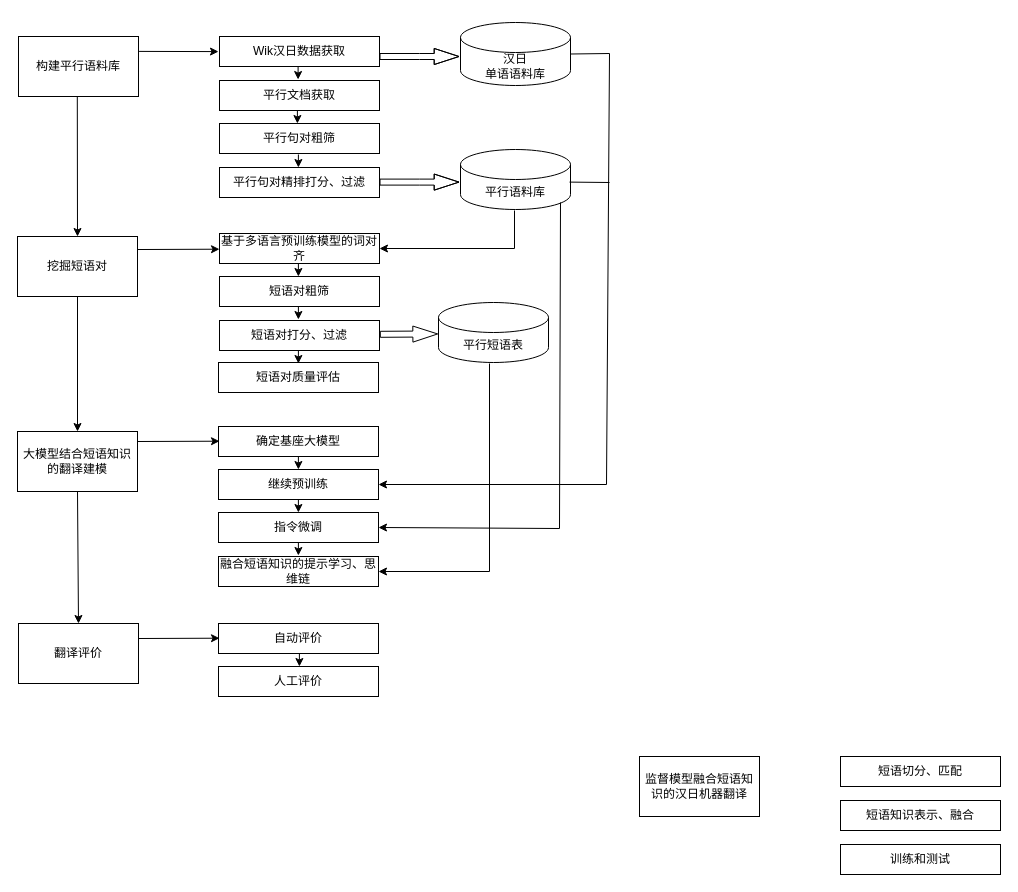
The draw.io diagram 2024教育部社科项目.drawio in lizezhonglaile/drawio, before the edit. Source tidied: cells renumbered, new cells numbered last; positions are measured from the earlier drawing's top-left corner, leaving out a move shared by most shapes. Both pictures are drawn from the tidied source at 100%, with x=0, y=0 at pixel (17, 22).
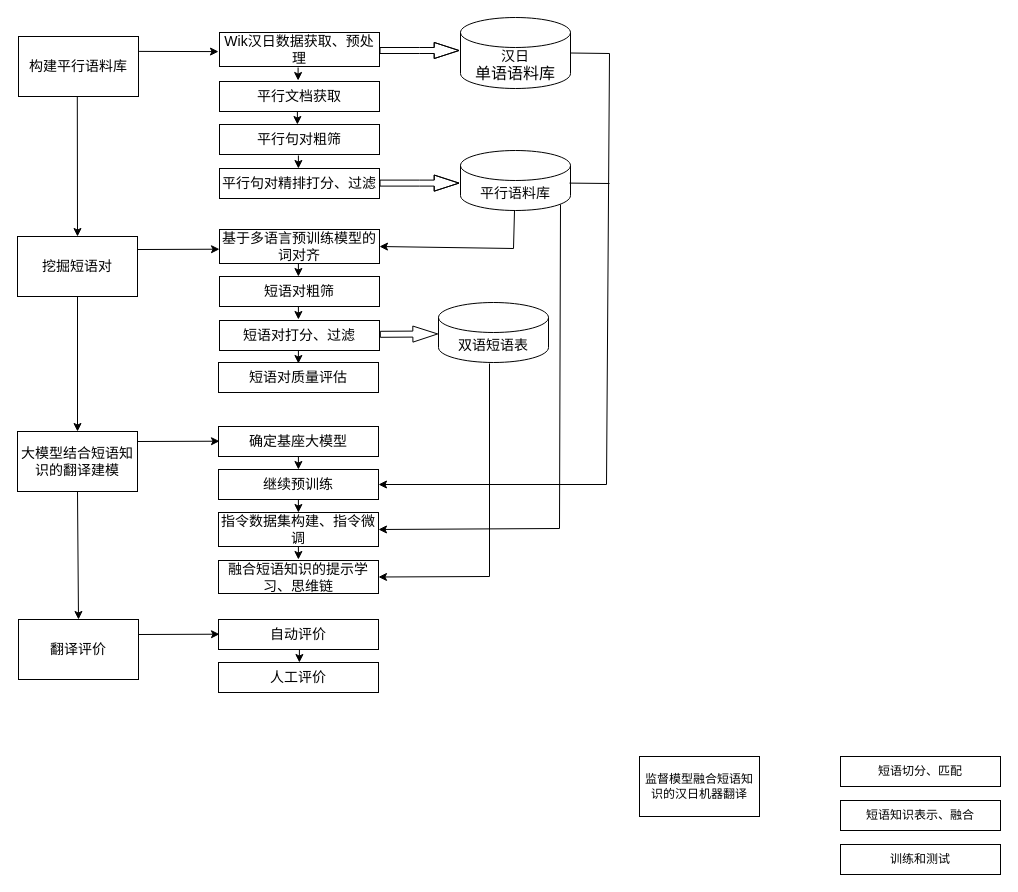
After the change.

Commit message:
更新2024教育部社科项目.drawio

The edit, as a diff of the source:
```diff
@@
-    <mxCell id="2" value="平行文档获取" style="rounded=0;whiteSpace=wrap;html=1;" parent="1" vertex="1">
-      <mxGeometry x="202" y="58" width="160" height="30" as="geometry" />
+    <mxCell id="2" value="&lt;font style=&quot;font-size: 14px;&quot;&gt;平行文档获取&lt;/font&gt;" style="rounded=0;whiteSpace=wrap;html=1;" parent="1" vertex="1">
+      <mxGeometry x="202" y="59" width="160" height="30" as="geometry" />
     </mxCell>
-    <mxCell id="3" value="挖掘短语对" style="rounded=0;whiteSpace=wrap;html=1;" parent="1" vertex="1">
+    <mxCell id="3" value="&lt;font style=&quot;font-size: 14px;&quot;&gt;挖掘短语对&lt;/font&gt;" style="rounded=0;whiteSpace=wrap;html=1;" parent="1" vertex="1">
       <mxGeometry y="214" width="120" height="60" as="geometry" />
     </mxCell>
@@
-    <mxCell id="5" value="大模型结合短语知识的翻译建模" style="rounded=0;whiteSpace=wrap;html=1;" parent="1" vertex="1">
+    <mxCell id="5" value="&lt;font style=&quot;font-size: 14px;&quot;&gt;大模型结合短语知识的翻译建模&lt;/font&gt;" style="rounded=0;whiteSpace=wrap;html=1;" parent="1" vertex="1">
       <mxGeometry y="409" width="120" height="60" as="geometry" />
     </mxCell>
-    <mxCell id="6" value="构建平行语料库" style="rounded=0;whiteSpace=wrap;html=1;" parent="1" vertex="1">
+    <mxCell id="6" value="&lt;font style=&quot;font-size: 14px;&quot;&gt;构建平行语料库&lt;/font&gt;" style="rounded=0;whiteSpace=wrap;html=1;" parent="1" vertex="1">
       <mxGeometry x="1" y="14" width="120" height="60" as="geometry" />
     </mxCell>
-    <mxCell id="7" value="平行句对粗筛" style="rounded=0;whiteSpace=wrap;html=1;" parent="1" vertex="1">
-      <mxGeometry x="202" y="101" width="160" height="30" as="geometry" />
+    <mxCell id="7" value="&lt;font style=&quot;font-size: 14px;&quot;&gt;平行句对粗筛&lt;/font&gt;" style="rounded=0;whiteSpace=wrap;html=1;" parent="1" vertex="1">
+      <mxGeometry x="202" y="102" width="160" height="30" as="geometry" />
     </mxCell>
-    <mxCell id="8" value="平行句对精排打分、过滤" style="rounded=0;whiteSpace=wrap;html=1;" parent="1" vertex="1">
-      <mxGeometry x="202" y="145" width="160" height="30" as="geometry" />
+    <mxCell id="8" value="&lt;font style=&quot;font-size: 14px;&quot;&gt;平行句对精排打分、过滤&lt;/font&gt;" style="rounded=0;whiteSpace=wrap;html=1;" parent="1" vertex="1">
+      <mxGeometry x="202" y="146" width="160" height="30" as="geometry" />
     </mxCell>
-    <mxCell id="9" value="平行语料库" style="shape=cylinder3;whiteSpace=wrap;html=1;boundedLbl=1;backgroundOutline=1;size=15;" parent="1" vertex="1">
-      <mxGeometry x="443" y="127" width="110" height="60" as="geometry" />
+    <mxCell id="9" value="&lt;font style=&quot;font-size: 14px;&quot;&gt;平行语料库&lt;/font&gt;" style="shape=cylinder3;whiteSpace=wrap;html=1;boundedLbl=1;backgroundOutline=1;size=15;" parent="1" vertex="1">
+      <mxGeometry x="443" y="128" width="110" height="60" as="geometry" />
     </mxCell>
-    <mxCell id="10" value="Wik汉日数据获取" style="rounded=0;whiteSpace=wrap;html=1;" parent="1" vertex="1">
-      <mxGeometry x="202" y="14" width="160" height="30" as="geometry" />
+    <mxCell id="10" value="&lt;font style=&quot;font-size: 14px;&quot;&gt;Wik汉日数据获取、预处理&lt;/font&gt;" style="rounded=0;whiteSpace=wrap;html=1;" parent="1" vertex="1">
+      <mxGeometry x="202" y="10" width="160" height="34" as="geometry" />
     </mxCell>
-    <mxCell id="11" value="汉日&lt;div&gt;单语语料库&lt;/div&gt;" style="shape=cylinder3;whiteSpace=wrap;html=1;boundedLbl=1;backgroundOutline=1;size=15;" parent="1" vertex="1">
-      <mxGeometry x="443" width="110" height="63" as="geometry" />
+    <mxCell id="11" value="&lt;font style=&quot;font-size: 14px;&quot;&gt;汉日&lt;/font&gt;&lt;div&gt;&lt;font size=&quot;3&quot;&gt;单语语料库&lt;/font&gt;&lt;/div&gt;" style="shape=cylinder3;whiteSpace=wrap;html=1;boundedLbl=1;backgroundOutline=1;size=15;" parent="1" vertex="1">
+      <mxGeometry x="443" y="-5" width="110" height="71" as="geometry" />
     </mxCell>
     <mxCell id="12" style="shape=flexArrow;endArrow=classic;html=1;rounded=0;width=6;endWidth=9.09090909090909;endSize=7.9363636363636365;" parent="1" edge="1">
       <mxGeometry relative="1" as="geometry">
-        <mxPoint x="362" y="34" as="sourcePoint" />
-        <mxPoint x="442" y="34" as="targetPoint" />
+        <mxPoint x="362" y="28" as="sourcePoint" />
+        <mxPoint x="442" y="28" as="targetPoint" />
         <Array as="points">
-          <mxPoint x="402" y="34" />
+          <mxPoint x="402" y="28" />
         </Array>
       </mxGeometry>
     </mxCell>
     <mxCell id="13" style="shape=flexArrow;endArrow=classic;html=1;rounded=0;width=6;endWidth=9.09090909090909;endSize=7.9363636363636365;" parent="1" edge="1">
       <mxGeometry relative="1" as="geometry">
-        <mxPoint x="362" y="159.6" as="sourcePoint" />
-        <mxPoint x="442" y="159.6" as="targetPoint" />
+        <mxPoint x="362" y="160.6" as="sourcePoint" />
+        <mxPoint x="442" y="160.6" as="targetPoint" />
         <Array as="points">
-          <mxPoint x="402" y="159.6" />
+          <mxPoint x="402" y="160.6" />
         </Array>
       </mxGeometry>
     </mxCell>
-    <mxCell id="14" value="基于多语言预训练模型的词对齐" style="rounded=0;whiteSpace=wrap;html=1;" parent="1" vertex="1">
-      <mxGeometry x="202" y="211" width="160" height="30" as="geometry" />
+    <mxCell id="14" value="&lt;font style=&quot;font-size: 14px;&quot;&gt;基于多语言预训练模型的词对齐&lt;/font&gt;" style="rounded=0;whiteSpace=wrap;html=1;" parent="1" vertex="1">
+      <mxGeometry x="202" y="207" width="160" height="34" as="geometry" />
     </mxCell>
-    <mxCell id="15" value="短语对粗筛" style="rounded=0;whiteSpace=wrap;html=1;" parent="1" vertex="1">
+    <mxCell id="15" value="&lt;font style=&quot;font-size: 14px;&quot;&gt;短语对粗筛&lt;/font&gt;" style="rounded=0;whiteSpace=wrap;html=1;" parent="1" vertex="1">
       <mxGeometry x="202" y="254" width="160" height="30" as="geometry" />
     </mxCell>
-    <mxCell id="16" value="短语对打分、过滤" style="rounded=0;whiteSpace=wrap;html=1;" parent="1" vertex="1">
+    <mxCell id="16" value="&lt;font style=&quot;font-size: 14px;&quot;&gt;短语对打分、过滤&lt;/font&gt;" style="rounded=0;whiteSpace=wrap;html=1;" parent="1" vertex="1">
       <mxGeometry x="202" y="298" width="160" height="30" as="geometry" />
     </mxCell>
-    <mxCell id="17" value="平行短语表" style="shape=cylinder3;whiteSpace=wrap;html=1;boundedLbl=1;backgroundOutline=1;size=15;" parent="1" vertex="1">
+    <mxCell id="17" value="&lt;font style=&quot;font-size: 14px;&quot;&gt;双语短语表&lt;/font&gt;" style="shape=cylinder3;whiteSpace=wrap;html=1;boundedLbl=1;backgroundOutline=1;size=15;" parent="1" vertex="1">
       <mxGeometry x="421" y="280" width="110" height="60" as="geometry" />
     </mxCell>
@@
-    <mxCell id="22" value="指令微调" style="rounded=0;whiteSpace=wrap;html=1;" parent="1" vertex="1">
-      <mxGeometry x="201" y="490" width="160" height="30" as="geometry" />
+    <mxCell id="22" value="&lt;font style=&quot;font-size: 14px;&quot;&gt;指令数据集构建、指令微调&lt;/font&gt;" style="rounded=0;whiteSpace=wrap;html=1;" parent="1" vertex="1">
+      <mxGeometry x="201" y="490" width="160" height="34" as="geometry" />
     </mxCell>
-    <mxCell id="23" value="融合短语知识的提示学习、思维链" style="rounded=0;whiteSpace=wrap;html=1;" parent="1" vertex="1">
-      <mxGeometry x="201" y="534" width="160" height="30" as="geometry" />
+    <mxCell id="23" value="&lt;font style=&quot;font-size: 14px;&quot;&gt;融合短语知识的提示学习、思维链&lt;/font&gt;" style="rounded=0;whiteSpace=wrap;html=1;" parent="1" vertex="1">
+      <mxGeometry x="201" y="538" width="160" height="33" as="geometry" />
     </mxCell>
-    <mxCell id="24" value="确定基座大模型" style="rounded=0;whiteSpace=wrap;html=1;" parent="1" vertex="1">
+    <mxCell id="24" value="&lt;font style=&quot;font-size: 14px;&quot;&gt;确定基座大模型&lt;/font&gt;" style="rounded=0;whiteSpace=wrap;html=1;" parent="1" vertex="1">
       <mxGeometry x="201" y="404" width="160" height="30" as="geometry" />
     </mxCell>
-    <mxCell id="25" value="继续预训练" style="rounded=0;whiteSpace=wrap;html=1;" parent="1" vertex="1">
+    <mxCell id="25" value="&lt;font style=&quot;font-size: 14px;&quot;&gt;继续预训练&lt;/font&gt;" style="rounded=0;whiteSpace=wrap;html=1;" parent="1" vertex="1">
       <mxGeometry x="201" y="447" width="160" height="30" as="geometry" />
     </mxCell>
-    <mxCell id="26" value="翻译评价" style="rounded=0;whiteSpace=wrap;html=1;" parent="1" vertex="1">
-      <mxGeometry x="1" y="601" width="120" height="60" as="geometry" />
+    <mxCell id="26" value="&lt;font style=&quot;font-size: 14px;&quot;&gt;翻译评价&lt;/font&gt;" style="rounded=0;whiteSpace=wrap;html=1;" parent="1" vertex="1">
+      <mxGeometry x="1" y="597" width="120" height="60" as="geometry" />
     </mxCell>
-    <mxCell id="27" value="短语对质量评估" style="rounded=0;whiteSpace=wrap;html=1;" parent="1" vertex="1">
+    <mxCell id="27" value="&lt;font style=&quot;font-size: 14px;&quot;&gt;短语对质量评估&lt;/font&gt;" style="rounded=0;whiteSpace=wrap;html=1;" parent="1" vertex="1">
       <mxGeometry x="201" y="340" width="160" height="30" as="geometry" />
     </mxCell>
-    <mxCell id="28" value="人工评价" style="rounded=0;whiteSpace=wrap;html=1;" parent="1" vertex="1">
-      <mxGeometry x="201" y="644" width="160" height="30" as="geometry" />
+    <mxCell id="28" value="&lt;font style=&quot;font-size: 14px;&quot;&gt;人工评价&lt;/font&gt;" style="rounded=0;whiteSpace=wrap;html=1;" parent="1" vertex="1">
+      <mxGeometry x="201" y="640" width="160" height="30" as="geometry" />
     </mxCell>
-    <mxCell id="29" value="自动评价" style="rounded=0;whiteSpace=wrap;html=1;" parent="1" vertex="1">
-      <mxGeometry x="201" y="601" width="160" height="30" as="geometry" />
+    <mxCell id="29" value="&lt;font style=&quot;font-size: 14px;&quot;&gt;自动评价&lt;/font&gt;" style="rounded=0;whiteSpace=wrap;html=1;" parent="1" vertex="1">
+      <mxGeometry x="201" y="597" width="160" height="30" as="geometry" />
     </mxCell>
@@
     <mxCell id="33" style="endArrow=classic;html=1;rounded=0;entryX=-0.004;entryY=0.673;entryDx=0;entryDy=0;entryPerimeter=0;" parent="1" edge="1">
       <mxGeometry relative="1" as="geometry">
-        <mxPoint x="121" y="616" as="sourcePoint" />
-        <mxPoint x="202" y="615.7" as="targetPoint" />
+        <mxPoint x="121" y="612" as="sourcePoint" />
+        <mxPoint x="202" y="611.7" as="targetPoint" />
       </mxGeometry>
     </mxCell>
@@
     <mxCell id="35" style="endArrow=classic;html=1;rounded=0;" parent="1" edge="1">
       <mxGeometry relative="1" as="geometry">
-        <mxPoint x="280.6" y="44" as="sourcePoint" />
-        <mxPoint x="280.6" y="57" as="targetPoint" />
+        <mxPoint x="280.6" y="45" as="sourcePoint" />
+        <mxPoint x="280.6" y="58" as="targetPoint" />
       </mxGeometry>
     </mxCell>
     <mxCell id="36" style="endArrow=classic;html=1;rounded=0;" parent="1" edge="1">
       <mxGeometry relative="1" as="geometry">
-        <mxPoint x="280.9" y="132" as="sourcePoint" />
-        <mxPoint x="280.9" y="145" as="targetPoint" />
+        <mxPoint x="280.9" y="133" as="sourcePoint" />
+        <mxPoint x="280.9" y="146" as="targetPoint" />
       </mxGeometry>
     </mxCell>
     <mxCell id="37" style="endArrow=classic;html=1;rounded=0;" parent="1" edge="1">
       <mxGeometry relative="1" as="geometry">
-        <mxPoint x="279.9" y="88" as="sourcePoint" />
-        <mxPoint x="279.9" y="101" as="targetPoint" />
+        <mxPoint x="279.9" y="89" as="sourcePoint" />
+        <mxPoint x="279.9" y="102" as="targetPoint" />
       </mxGeometry>
     </mxCell>
@@
     <mxCell id="40" style="endArrow=classic;html=1;rounded=0;" parent="1" edge="1">
       <mxGeometry relative="1" as="geometry">
-        <mxPoint x="281.9" y="631" as="sourcePoint" />
-        <mxPoint x="281.9" y="644" as="targetPoint" />
+        <mxPoint x="281.9" y="627" as="sourcePoint" />
+        <mxPoint x="281.9" y="640" as="targetPoint" />
       </mxGeometry>
     </mxCell>
@@
     <mxCell id="43" style="endArrow=classic;html=1;rounded=0;" parent="1" edge="1">
       <mxGeometry relative="1" as="geometry">
-        <mxPoint x="280.9" y="520" as="sourcePoint" />
-        <mxPoint x="280.9" y="533" as="targetPoint" />
+        <mxPoint x="280.9" y="524" as="sourcePoint" />
+        <mxPoint x="280.9" y="537" as="targetPoint" />
       </mxGeometry>
     </mxCell>
@@
     <mxCell id="47" style="endArrow=classic;html=1;rounded=0;entryX=1;entryY=0.5;entryDx=0;entryDy=0;" parent="1" edge="1" target="14">
       <mxGeometry relative="1" as="geometry">
         <mxPoint x="497" y="188" as="sourcePoint" />
         <Array as="points">
-          <mxPoint x="497" y="226" />
+          <mxPoint x="496" y="226" />
         </Array>
       </mxGeometry>
     </mxCell>
     <mxCell id="48" style="endArrow=classic;html=1;rounded=0;entryX=1;entryY=0.5;entryDx=0;entryDy=0;" parent="1" edge="1" target="23">
       <mxGeometry relative="1" as="geometry">
         <mxPoint x="472" y="341" as="sourcePoint" />
         <Array as="points">
-          <mxPoint x="472" y="549" />
+          <mxPoint x="472" y="554" />
         </Array>
       </mxGeometry>
     </mxCell>
@@
     <mxCell id="50" style="endArrow=none;html=1;rounded=0;entryX=1;entryY=0;entryDx=0;entryDy=37.5;entryPerimeter=0;" parent="1" edge="1">
       <mxGeometry relative="1" as="geometry">
-        <mxPoint x="592" y="160" as="sourcePoint" />
-        <mxPoint x="552" y="159.6" as="targetPoint" />
+        <mxPoint x="592" y="161" as="sourcePoint" />
+        <mxPoint x="552" y="160.6" as="targetPoint" />
       </mxGeometry>
     </mxCell>
     <mxCell id="51" style="endArrow=classic;html=1;rounded=0;entryX=1;entryY=0.5;entryDx=0;entryDy=0;labelBorderColor=none;" parent="1" edge="1" target="22">
       <mxGeometry relative="1" as="geometry">
-        <mxPoint x="543" y="180" as="sourcePoint" />
+        <mxPoint x="543" y="182" as="sourcePoint" />
         <Array as="points">
           <mxPoint x="542" y="506" />
         </Array>
       </mxGeometry>
     </mxCell>
```
